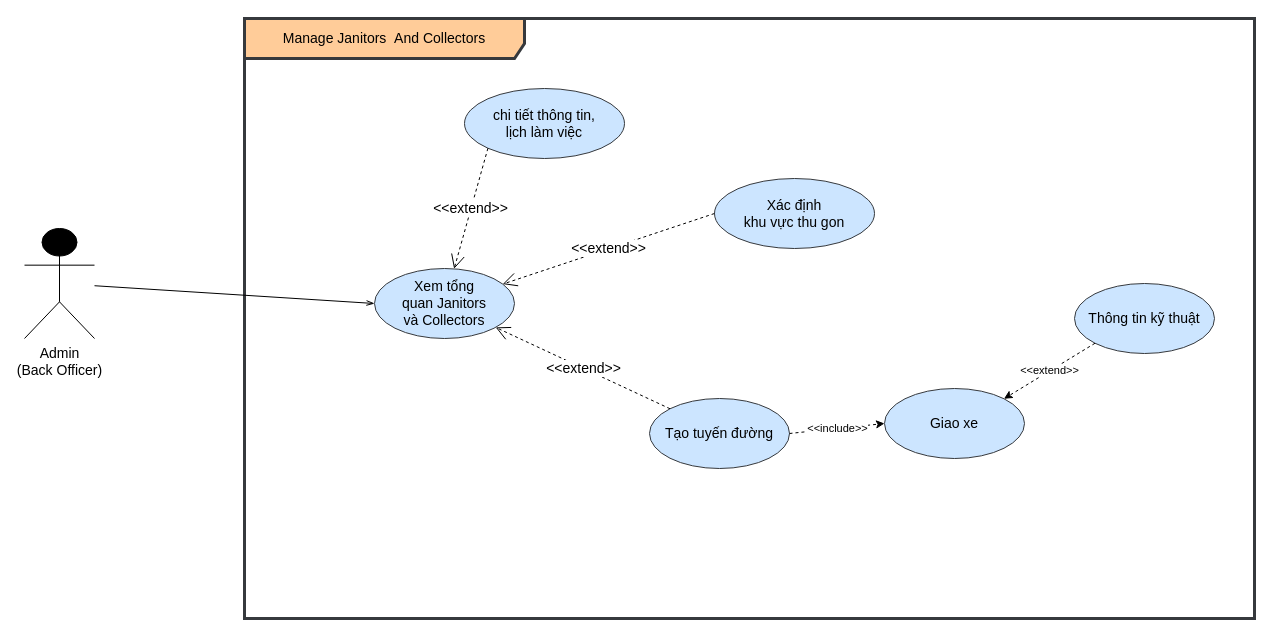
Before: Task 1/1.3/Quản lí người vệ sinh và thu gom.drawio in astr0tas/SE-with-Da-Bois---UWC-2.0, a draw.io diagram. Source tidied: cells renumbered, new cells numbered last; positions are measured from the earlier drawing's top-left corner, leaving out a move shared by most shapes. Both pictures are drawn from the tidied source at 100%, with x=0, y=0 at pixel (24, 18).
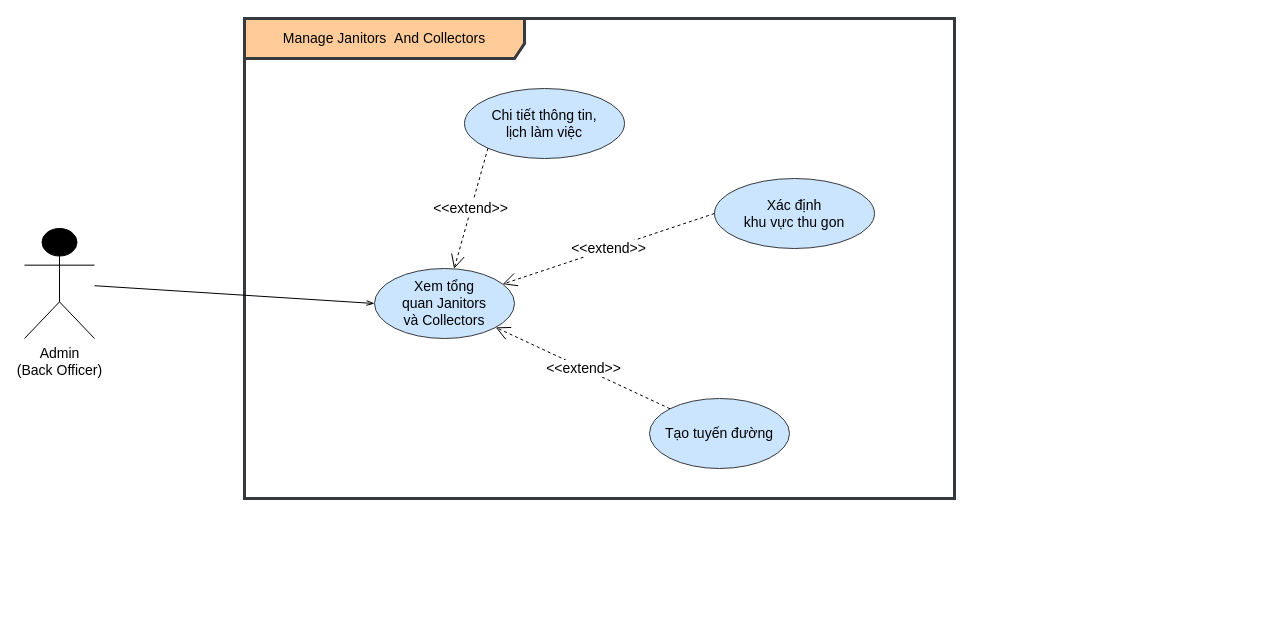
After the change.

Diff of the diagram source:
```diff
@@
 <mxGraphModel>
   <root>
     <mxCell id="0" />
     <mxCell id="1" parent="0" />
     <mxCell id="2" value="&lt;font style=&quot;font-size: 14px;&quot;&gt;Admin &lt;br&gt;(&lt;span style=&quot;font-family: Arial, sans-serif;&quot;&gt;Back Officer&lt;/span&gt;)&lt;/font&gt;" style="shape=umlActor;verticalLabelPosition=bottom;verticalAlign=top;html=1;fillColor=#000000;" parent="1" vertex="1">
       <mxGeometry y="210" width="70" height="110" as="geometry" />
     </mxCell>
     <mxCell id="3" value="Manage&amp;nbsp;&lt;span&gt;Janitors&amp;nbsp;&amp;nbsp;And Collectors&lt;/span&gt;" style="shape=umlFrame;whiteSpace=wrap;html=1;fontSize=14;width=280;height=40;fillColor=#ffcc99;strokeColor=#36393d;strokeWidth=3;gradientColor=none;swimlaneFillColor=default;" parent="1" vertex="1">
-      <mxGeometry x="220" width="1010" height="600" as="geometry" />
+      <mxGeometry x="220" width="710" height="480" as="geometry" />
     </mxCell>
-    <mxCell id="4" value="chi tiết thông tin, &lt;br&gt;lịch làm việc" style="ellipse;whiteSpace=wrap;html=1;fontSize=14;fillColor=#cce5ff;strokeColor=#36393d;" parent="1" vertex="1">
-      <mxGeometry x="440" y="70" width="160" height="70" as="geometry" />
-    </mxCell>
+    <mxCell id="18" value="Chi tiết thông tin, &lt;br&gt;lịch làm việc" style="ellipse;whiteSpace=wrap;html=1;fontSize=14;fillColor=#cce5ff;strokeColor=#36393d;" parent="1" vertex="1">
+      <mxGeometry x="440" y="70" width="160" height="70" as="geometry" />
+    </mxCell>
     <mxCell id="5" value="Tạo tuyến đường" style="ellipse;whiteSpace=wrap;html=1;fontSize=14;fillColor=#cce5ff;strokeColor=#36393d;" parent="1" vertex="1">
       <mxGeometry x="625" y="380" width="140" height="70" as="geometry" />
     </mxCell>
-    <mxCell id="6" value="&amp;lt;&amp;lt;extend&amp;gt;&amp;gt;" style="endArrow=open;endSize=12;dashed=1;html=1;rounded=0;fontSize=14;exitX=0;exitY=1;exitDx=0;exitDy=0;" parent="1" edge="1" source="4" target="8">
+    <mxCell id="6" value="&amp;lt;&amp;lt;extend&amp;gt;&amp;gt;" style="endArrow=open;endSize=12;dashed=1;html=1;rounded=0;fontSize=14;exitX=0;exitY=1;exitDx=0;exitDy=0;" parent="1" edge="1" source="18" target="8">
       <mxGeometry relative="1" as="geometry" />
     </mxCell>
     <mxCell id="7" value="&amp;lt;&amp;lt;extend&amp;gt;&amp;gt;" style="endArrow=open;endSize=12;dashed=1;html=1;rounded=0;fontSize=14;exitX=0;exitY=0;exitDx=0;exitDy=0;" parent="1" edge="1" source="5" target="8">
       <mxGeometry relative="1" as="geometry" />
     </mxCell>
     <mxCell id="8" value="Xem tổng quan&amp;nbsp;&lt;a name=&quot;OLE_LINK27&quot;&gt;&lt;span&gt;Janitors&lt;br&gt;và Collectors&lt;/span&gt;&lt;/a&gt;" style="ellipse;whiteSpace=wrap;html=1;fontSize=14;fillColor=#cce5ff;strokeColor=#36393d;" parent="1" vertex="1">
       <mxGeometry x="350" y="250" width="140" height="70" as="geometry" />
     </mxCell>
     <mxCell id="9" style="endArrow=openThin;endFill=0;html=1;rounded=0;fontSize=14;entryX=0;entryY=0.5;entryDx=0;entryDy=0;" parent="1" edge="1" source="2" target="8">
       <mxGeometry relative="1" as="geometry" />
     </mxCell>
     <mxCell id="10" value="Xác định &lt;br&gt;khu vực thu gon" style="ellipse;whiteSpace=wrap;html=1;fontSize=14;fillColor=#cce5ff;strokeColor=#36393d;" parent="1" vertex="1">
       <mxGeometry x="690" y="160" width="160" height="70" as="geometry" />
     </mxCell>
     <mxCell id="11" value="&amp;lt;&amp;lt;extend&amp;gt;&amp;gt;" style="endArrow=open;endSize=12;dashed=1;html=1;rounded=0;fontSize=14;exitX=0;exitY=0.5;exitDx=0;exitDy=0;" parent="1" edge="1" source="10" target="8">
       <mxGeometry relative="1" as="geometry" />
     </mxCell>
     <mxCell id="12" style="edgeStyle=orthogonalEdgeStyle;rounded=0;orthogonalLoop=1;jettySize=auto;html=1;exitX=0.5;exitY=1;exitDx=0;exitDy=0;" parent="1" edge="1" source="10" target="10">
       <mxGeometry relative="1" as="geometry" />
     </mxCell>
     <mxCell id="13" style="edgeStyle=orthogonalEdgeStyle;rounded=0;orthogonalLoop=1;jettySize=auto;html=1;exitX=0.5;exitY=1;exitDx=0;exitDy=0;" parent="1" edge="1" source="5" target="5">
       <mxGeometry relative="1" as="geometry" />
     </mxCell>
-    <mxCell id="14" value="Giao xe" style="ellipse;whiteSpace=wrap;html=1;fontSize=14;fillColor=#cce5ff;strokeColor=#36393d;" parent="1" vertex="1">
-      <mxGeometry x="860" y="370" width="140" height="70" as="geometry" />
-    </mxCell>
-    <mxCell id="15" value="Thông tin kỹ thuật" style="ellipse;whiteSpace=wrap;html=1;fontSize=14;fillColor=#cce5ff;strokeColor=#36393d;" parent="1" vertex="1">
-      <mxGeometry x="1050" y="265" width="140" height="70" as="geometry" />
-    </mxCell>
-    <mxCell id="16" value="&amp;lt;&amp;lt;include&amp;gt;&amp;gt;" style="endArrow=classic;html=1;rounded=0;entryX=0;entryY=0.5;entryDx=0;entryDy=0;exitX=1;exitY=0.5;exitDx=0;exitDy=0;dashed=1;" parent="1" edge="1" source="5" target="14">
-      <mxGeometry relative="1" as="geometry" />
-    </mxCell>
-    <mxCell id="17" value="&amp;lt;&amp;lt;extend&amp;gt;&amp;gt;" style="endArrow=classic;html=1;rounded=0;entryX=1;entryY=0;entryDx=0;entryDy=0;exitX=0;exitY=1;exitDx=0;exitDy=0;dashed=1;" parent="1" edge="1" source="15" target="14">
-      <mxGeometry relative="1" as="geometry" />
-    </mxCell>
   </root>
 </mxGraphModel>
```
